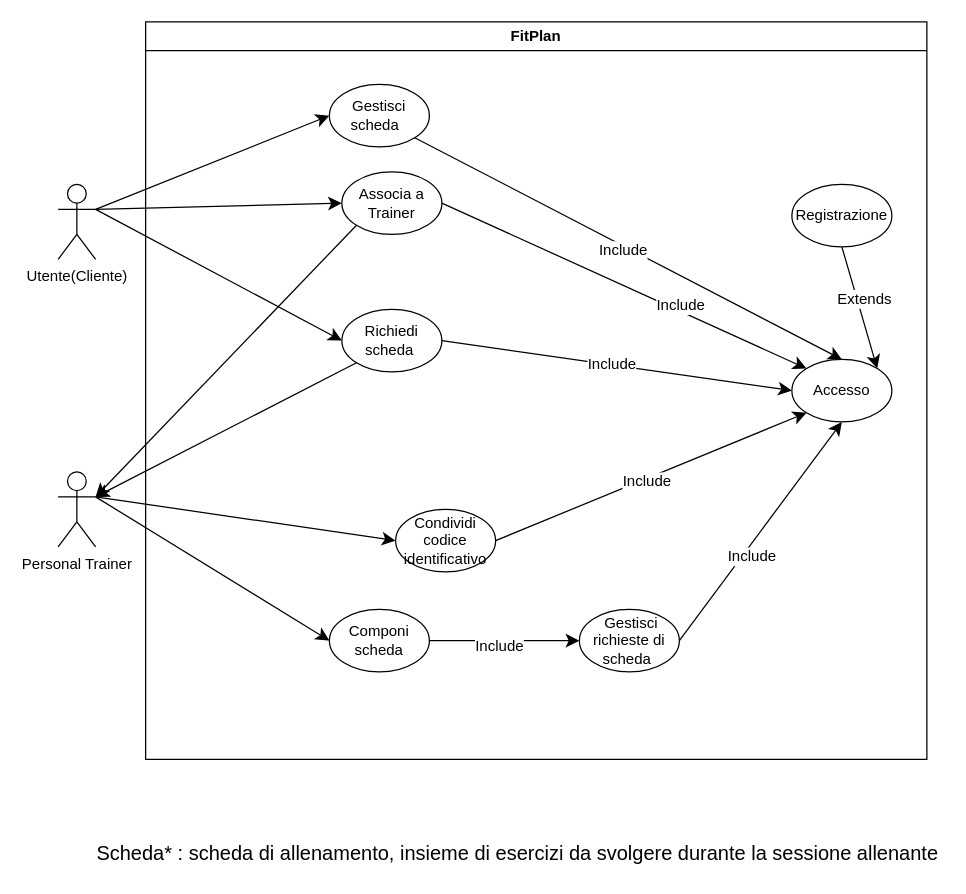
Above: UseCaseDiagram/UseCaseDiagram.drawio in FedericoSib/FitPlan (draw.io), before the change. Source tidied: cells renumbered, new cells numbered last; positions are measured from the earlier drawing's top-left corner, leaving out a move shared by most shapes. Both pictures are drawn from the tidied source at 125%, with x=0, y=0 at pixel (58, 21).
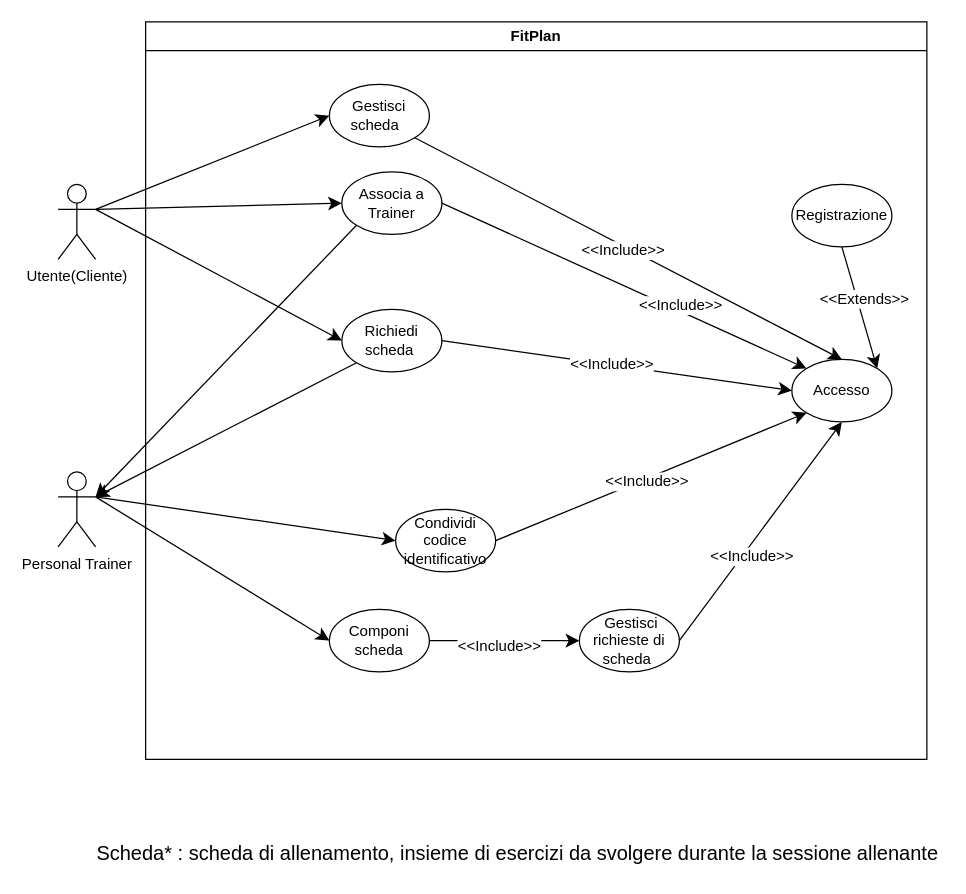
After the change.

Unchanged cells that the change refers to:
```xml
<mxCell id="10" style="edgeStyle=none;jettySize=auto;html=1;rounded=0;fontSize=12;startSize=8;endSize=8;curved=1;entryX=0;entryY=0.5;entryDx=0;entryDy=0;exitX=1;exitY=0.5;exitDx=0;exitDy=0;" parent="2" edge="1" source="8" target="9">
  <mxGeometry relative="1" as="geometry" />
</mxCell>
<mxCell id="12" style="edgeStyle=none;jettySize=auto;html=1;rounded=0;fontSize=12;startSize=8;endSize=8;curved=1;exitX=1;exitY=0.5;exitDx=0;exitDy=0;entryX=0;entryY=1;entryDx=0;entryDy=0;" parent="2" edge="1" source="5" target="3">
  <mxGeometry relative="1" as="geometry" />
</mxCell>
<mxCell id="14" style="edgeStyle=none;jettySize=auto;html=1;rounded=0;fontSize=12;startSize=8;endSize=8;curved=1;exitX=1;exitY=0.5;exitDx=0;exitDy=0;entryX=0.5;entryY=1;entryDx=0;entryDy=0;" parent="2" edge="1" source="9" target="3">
  <mxGeometry relative="1" as="geometry" />
</mxCell>
<mxCell id="16" style="edgeStyle=none;jettySize=auto;html=1;rounded=0;fontSize=12;startSize=8;endSize=8;curved=1;entryX=0;entryY=0.5;entryDx=0;entryDy=0;exitX=1;exitY=0.5;exitDx=0;exitDy=0;" parent="2" edge="1" source="6" target="3">
  <mxGeometry relative="1" as="geometry" />
</mxCell>
<mxCell id="18" style="edgeStyle=none;jettySize=auto;html=1;rounded=0;fontSize=12;startSize=8;endSize=8;curved=1;exitX=1;exitY=0.5;exitDx=0;exitDy=0;entryX=0;entryY=0;entryDx=0;entryDy=0;" parent="2" edge="1" source="7" target="3">
  <mxGeometry relative="1" as="geometry" />
</mxCell>
<mxCell id="20" style="edgeStyle=none;jettySize=auto;html=1;rounded=0;fontSize=12;startSize=8;endSize=8;curved=1;exitX=1;exitY=1;exitDx=0;exitDy=0;entryX=0.5;entryY=0;entryDx=0;entryDy=0;" parent="2" edge="1" source="4" target="3">
  <mxGeometry relative="1" as="geometry" />
</mxCell>
<mxCell id="23" style="edgeStyle=none;jettySize=auto;html=1;rounded=0;fontSize=12;startSize=8;endSize=8;curved=1;entryX=1;entryY=0;entryDx=0;entryDy=0;exitX=0.5;exitY=1;exitDx=0;exitDy=0;" parent="2" edge="1" source="22" target="3">
  <mxGeometry relative="1" as="geometry" />
</mxCell>
```

Change to the diagram source:
```diff
@@
-    <mxCell id="11" value="Include" style="edgeLabel;html=1;align=center;verticalAlign=middle;fontSize=12;" parent="10" vertex="1">
+    <mxCell id="11" value="&amp;lt;&amp;lt;Include&amp;gt;&amp;gt;" style="edgeLabel;html=1;align=center;verticalAlign=middle;fontSize=12;" parent="10" vertex="1">
       <mxGeometry x="-0.07" y="-4" relative="1" as="geometry">
         <mxPoint x="-1" as="offset" />
       </mxGeometry>
     </mxCell>
@@
-    <mxCell id="13" value="Include" style="edgeLabel;html=1;align=center;verticalAlign=middle;fontSize=12;" parent="12" vertex="1">
+    <mxCell id="13" value="&amp;lt;&amp;lt;Include&amp;gt;&amp;gt;" style="edgeLabel;html=1;align=center;verticalAlign=middle;fontSize=12;" parent="12" vertex="1">
       <mxGeometry x="-0.03" y="-2" relative="1" as="geometry" />
     </mxCell>
@@
-    <mxCell id="15" value="Include" style="edgeLabel;html=1;align=center;verticalAlign=middle;fontSize=12;" parent="14" vertex="1">
+    <mxCell id="15" value="&amp;lt;&amp;lt;Include&amp;gt;&amp;gt;" style="edgeLabel;html=1;align=center;verticalAlign=middle;fontSize=12;" parent="14" vertex="1">
       <mxGeometry x="-0.19" y="-6" relative="1" as="geometry" />
     </mxCell>
@@
-    <mxCell id="17" value="Include" style="edgeLabel;html=1;align=center;verticalAlign=middle;fontSize=12;" parent="16" vertex="1">
+    <mxCell id="17" value="&amp;lt;&amp;lt;Include&amp;gt;&amp;gt;" style="edgeLabel;html=1;align=center;verticalAlign=middle;fontSize=12;" parent="16" vertex="1">
       <mxGeometry x="-0.03" y="1" relative="1" as="geometry" />
     </mxCell>
@@
-    <mxCell id="19" value="Include" style="edgeLabel;html=1;align=center;verticalAlign=middle;fontSize=12;" parent="18" vertex="1">
+    <mxCell id="19" value="&amp;lt;&amp;lt;Include&amp;gt;&amp;gt;" style="edgeLabel;html=1;align=center;verticalAlign=middle;fontSize=12;" parent="18" vertex="1">
       <mxGeometry x="0.29" y="4" relative="1" as="geometry" />
     </mxCell>
@@
-    <mxCell id="21" value="Include" style="edgeLabel;html=1;align=center;verticalAlign=middle;fontSize=12;" parent="20" vertex="1">
+    <mxCell id="21" value="&amp;lt;&amp;lt;Include&amp;gt;&amp;gt;" style="edgeLabel;html=1;align=center;verticalAlign=middle;fontSize=12;" parent="20" vertex="1">
       <mxGeometry x="-0.02" y="-4" relative="1" as="geometry">
         <mxPoint y="-1" as="offset" />
       </mxGeometry>
     </mxCell>
@@
-    <mxCell id="24" value="Extends" style="edgeLabel;html=1;align=center;verticalAlign=middle;fontSize=12;" parent="23" vertex="1">
+    <mxCell id="24" value="&amp;lt;&amp;lt;Extends&amp;gt;&amp;gt;" style="edgeLabel;html=1;align=center;verticalAlign=middle;fontSize=12;" parent="23" vertex="1">
       <mxGeometry x="-0.12" y="5" relative="1" as="geometry" />
     </mxCell>
```
